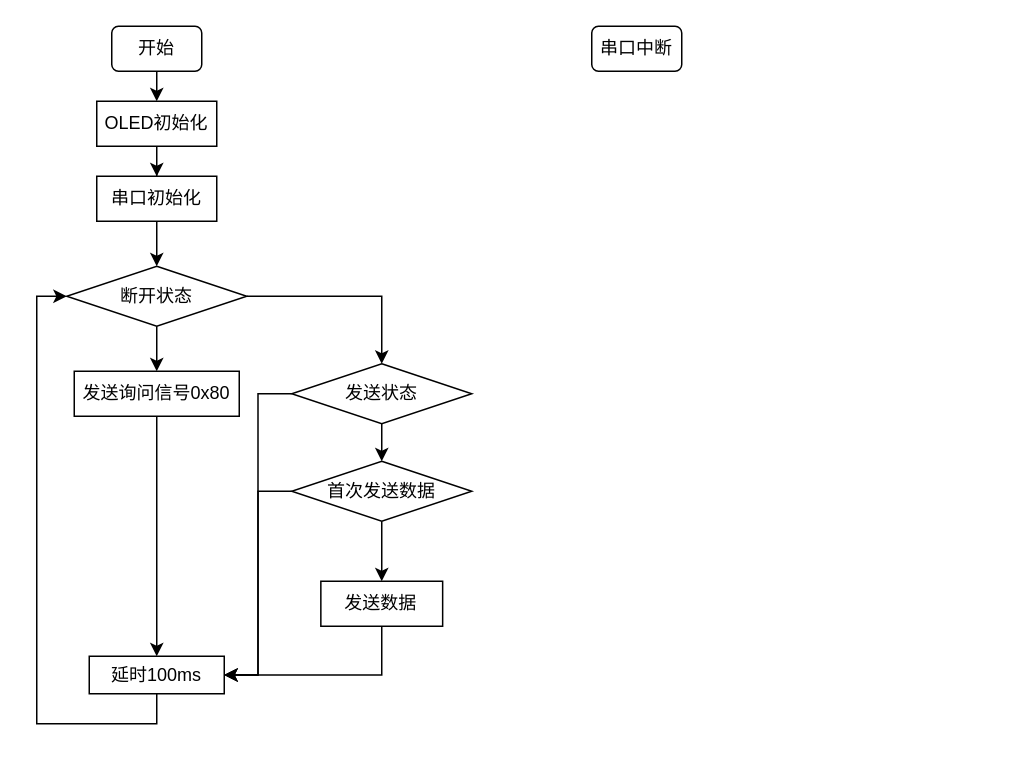
This is Untitled Diagram.drawio from lituo666/uart-STC8F, a draw.io file, before an edit. Source tidied: cells renumbered, new cells numbered last; positions are measured from the earlier drawing's top-left corner, leaving out a move shared by most shapes. Both pictures are drawn from the tidied source at 150%, with x=0, y=0 at pixel (66, 26).
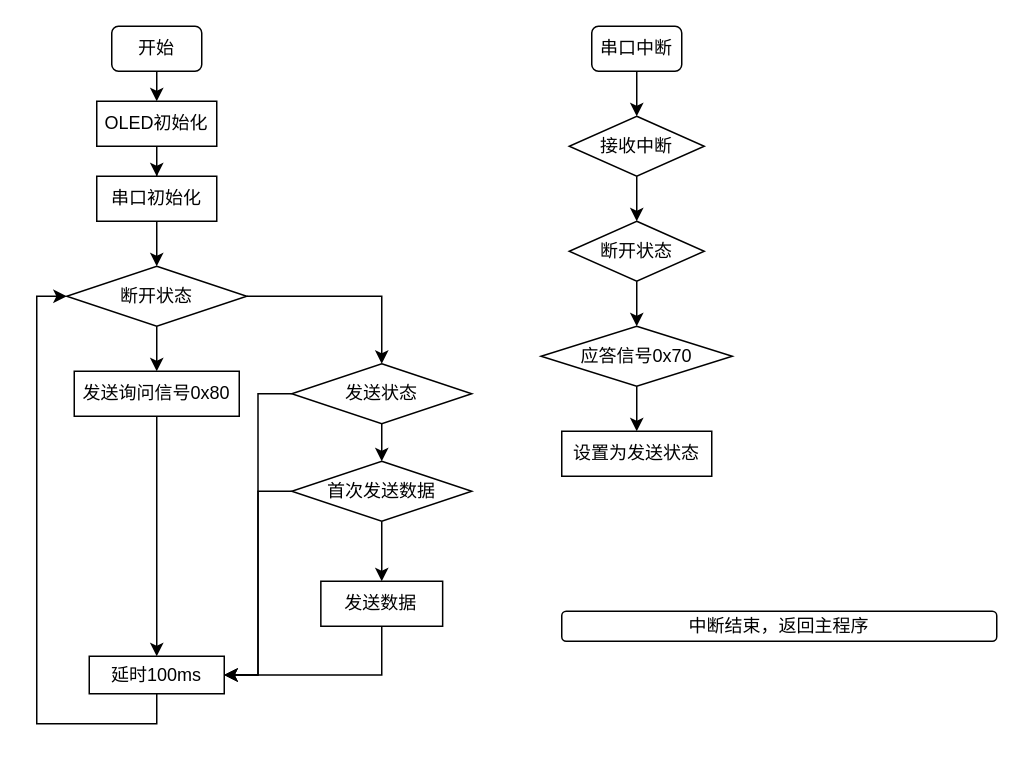
The same diagram, later.

Unchanged cells that the change refers to:
```xml
<mxCell id="23" value="串口中断" style="rounded=1;whiteSpace=wrap;html=1;" parent="1" vertex="1">
  <mxGeometry x="350" width="60" height="30" as="geometry" />
</mxCell>
```

Change to the diagram source:
```diff
@@
+    <mxCell id="24" style="edgeStyle=orthogonalEdgeStyle;rounded=0;jettySize=auto;html=1;exitX=0.5;exitY=1;exitDx=0;exitDy=0;entryX=0.5;entryY=0;entryDx=0;entryDy=0;" parent="1" edge="1" source="23" target="26">
+      <mxGeometry relative="1" as="geometry" />
+    </mxCell>
@@
+    <mxCell id="25" style="edgeStyle=orthogonalEdgeStyle;rounded=0;jettySize=auto;html=1;" parent="1" edge="1" source="26" target="28">
+      <mxGeometry relative="1" as="geometry" />
+    </mxCell>
+    <mxCell id="26" value="接收中断" style="rhombus;whiteSpace=wrap;html=1;" parent="1" vertex="1">
+      <mxGeometry x="335" y="60" width="90" height="40" as="geometry" />
+    </mxCell>
+    <mxCell id="27" style="edgeStyle=orthogonalEdgeStyle;rounded=0;jettySize=auto;html=1;" parent="1" edge="1" source="28" target="30">
+      <mxGeometry relative="1" as="geometry" />
+    </mxCell>
+    <mxCell id="28" value="断开状态" style="rhombus;whiteSpace=wrap;html=1;" parent="1" vertex="1">
+      <mxGeometry x="335" y="130" width="90" height="40" as="geometry" />
+    </mxCell>
+    <mxCell id="29" style="edgeStyle=orthogonalEdgeStyle;rounded=0;jettySize=auto;html=1;" parent="1" edge="1" source="30" target="31">
+      <mxGeometry relative="1" as="geometry" />
+    </mxCell>
+    <mxCell id="30" value="应答信号0x70" style="rhombus;whiteSpace=wrap;html=1;" parent="1" vertex="1">
+      <mxGeometry x="316.2" y="200" width="127.5" height="40" as="geometry" />
+    </mxCell>
+    <mxCell id="31" value="设置为发送状态" style="whiteSpace=wrap;html=1;" parent="1" vertex="1">
+      <mxGeometry x="330" y="270" width="100" height="30" as="geometry" />
+    </mxCell>
+    <mxCell id="32" value="中断结束，返回主程序" style="rounded=1;whiteSpace=wrap;html=1;" parent="1" vertex="1">
+      <mxGeometry x="330" y="390" width="290" height="20" as="geometry" />
+    </mxCell>
```
